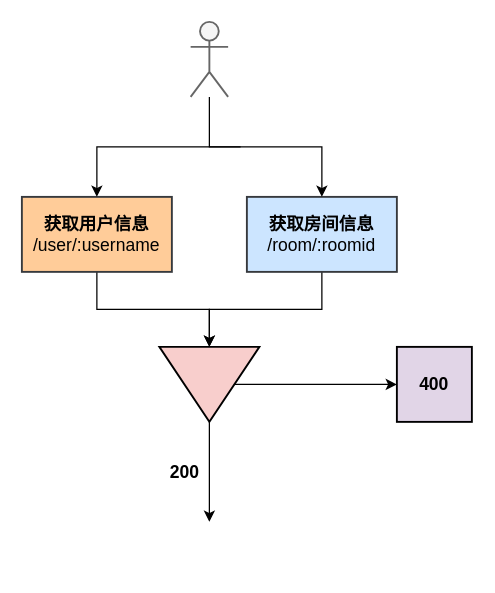
Earlier version of the draw.io diagram page "接口缓存" (1 of 2) of 阿里天池.drawio (ThinkingXuan/draw). Source tidied: cells renumbered, new cells numbered last; positions are measured from the earlier drawing's top-left corner, leaving out a move shared by most shapes. Both pictures are drawn from the tidied source at 125%, with x=0, y=0 at pixel (21, 21).
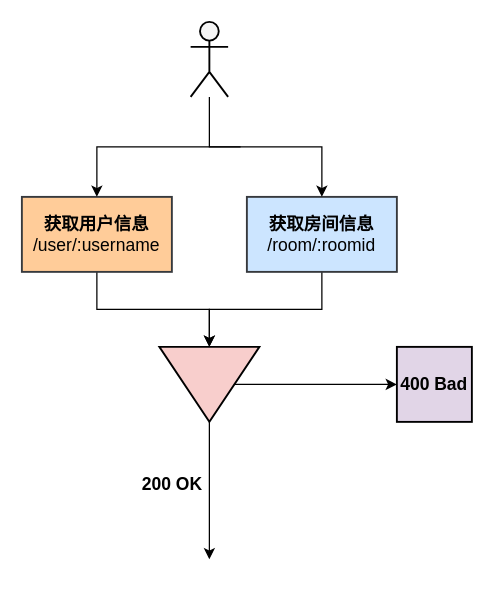
After the change.

Commit message:
更新阿里天池.drawio

Change to the diagram source:
```diff
@@
 <mxGraphModel>
   <root>
     <mxCell id="0" />
     <mxCell id="1" parent="0" />
     <mxCell id="2" style="edgeStyle=orthogonalEdgeStyle;rounded=0;jettySize=auto;html=1;entryX=0;entryY=0.5;entryDx=0;entryDy=0;fontSize=14;" parent="1" edge="1" source="3" target="8">
       <mxGeometry relative="1" as="geometry" />
     </mxCell>
     <mxCell id="3" value="&lt;font style=&quot;font-size: 14px&quot;&gt;&lt;b&gt;获取用户信息&lt;br&gt;&lt;/b&gt;/user/:username&lt;/font&gt;" style="rounded=0;whiteSpace=wrap;html=1;fillColor=#ffcc99;strokeColor=#36393d;strokeWidth=1.5;" parent="1" vertex="1">
       <mxGeometry y="140" width="120" height="60" as="geometry" />
     </mxCell>
     <mxCell id="4" style="edgeStyle=orthogonalEdgeStyle;rounded=0;jettySize=auto;html=1;fontSize=14;" parent="1" edge="1" source="5" target="8">
       <mxGeometry relative="1" as="geometry" />
     </mxCell>
     <mxCell id="5" value="&lt;font style=&quot;font-size: 14px&quot;&gt;&lt;b&gt;获取房间信息&lt;br&gt;&lt;/b&gt;/room/:roomid&lt;/font&gt;" style="rounded=0;whiteSpace=wrap;html=1;fillColor=#cce5ff;strokeColor=#36393d;strokeWidth=1.5;" parent="1" vertex="1">
       <mxGeometry x="180" y="140" width="120" height="60" as="geometry" />
     </mxCell>
     <mxCell id="6" style="edgeStyle=orthogonalEdgeStyle;rounded=0;jettySize=auto;html=1;fontSize=14;" parent="1" edge="1" source="8">
       <mxGeometry relative="1" as="geometry">
-        <mxPoint x="150" y="400" as="targetPoint" />
+        <mxPoint x="150" y="430" as="targetPoint" />
       </mxGeometry>
     </mxCell>
     <mxCell id="7" style="edgeStyle=orthogonalEdgeStyle;rounded=0;jettySize=auto;html=1;fontSize=14;" parent="1" edge="1" source="8">
       <mxGeometry relative="1" as="geometry">
         <mxPoint x="300" y="290" as="targetPoint" />
       </mxGeometry>
     </mxCell>
     <mxCell id="8" style="triangle;whiteSpace=wrap;html=1;fontSize=14;strokeWidth=1.5;rotation=90;direction=east;fillColor=#f8cecc;strokeColor=#000000;" parent="1" vertex="1">
       <mxGeometry x="120" y="250" width="60" height="80" as="geometry" />
     </mxCell>
-    <mxCell id="9" value="&lt;b&gt;200&lt;/b&gt;" style="text;html=1;align=center;verticalAlign=middle;strokeColor=none;fillColor=none;fontSize=14;" parent="1" vertex="1">
-      <mxGeometry x="110" y="350" width="40" height="20" as="geometry" />
+    <mxCell id="9" value="&lt;b&gt;200 OK&lt;/b&gt;" style="text;html=1;align=center;verticalAlign=middle;strokeColor=none;fillColor=none;fontSize=14;" parent="1" vertex="1">
+      <mxGeometry x="90" y="360" width="60" height="20" as="geometry" />
     </mxCell>
     <mxCell id="10" style="edgeStyle=orthogonalEdgeStyle;rounded=0;jettySize=auto;html=1;fontSize=14;" parent="1" edge="1" source="12" target="5">
       <mxGeometry relative="1" as="geometry">
         <Array as="points">
           <mxPoint x="150" y="100" />
           <mxPoint x="240" y="100" />
         </Array>
       </mxGeometry>
     </mxCell>
     <mxCell id="11" style="edgeStyle=orthogonalEdgeStyle;rounded=0;jettySize=auto;html=1;fontSize=14;" parent="1" edge="1" target="3">
       <mxGeometry relative="1" as="geometry">
         <mxPoint x="150" y="100" as="sourcePoint" />
         <Array as="points">
           <mxPoint x="175" y="100" />
           <mxPoint x="60" y="100" />
         </Array>
       </mxGeometry>
     </mxCell>
-    <mxCell id="12" style="shape=umlActor;verticalLabelPosition=bottom;verticalAlign=top;html=1;outlineConnect=0;fontSize=14;strokeColor=#666666;strokeWidth=1.5;fillColor=#f5f5f5;fontColor=#333333;" parent="1" vertex="1">
+    <mxCell id="12" style="shape=umlActor;verticalLabelPosition=bottom;verticalAlign=top;html=1;outlineConnect=0;fontSize=14;strokeColor=#000000;strokeWidth=1.5;fillColor=#f5f5f5;fontColor=#333333;" parent="1" vertex="1">
       <mxGeometry x="135" width="30" height="60" as="geometry" />
     </mxCell>
-    <mxCell id="13" value="&lt;b&gt;400&lt;/b&gt;" style="rounded=0;whiteSpace=wrap;html=1;fontSize=14;strokeColor=#000000;strokeWidth=1.5;fillColor=#e1d5e7;" parent="1" vertex="1">
+    <mxCell id="13" value="&lt;b&gt;400 Bad&lt;/b&gt;" style="rounded=0;whiteSpace=wrap;html=1;fontSize=14;strokeColor=#000000;strokeWidth=1.5;fillColor=#e1d5e7;" parent="1" vertex="1">
       <mxGeometry x="300" y="260" width="60" height="60" as="geometry" />
     </mxCell>
   </root>
 </mxGraphModel>
```
